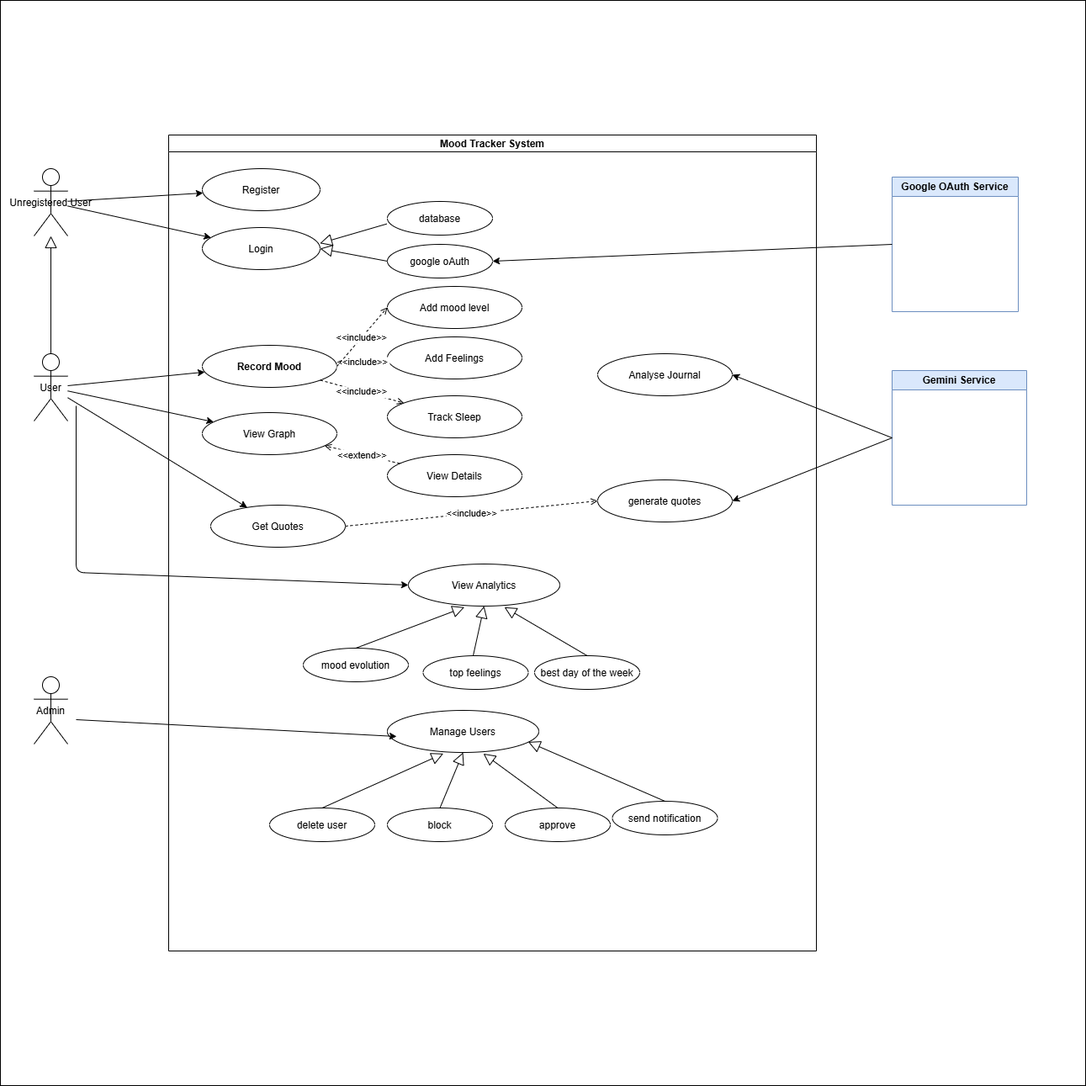
Above: Assets/conception/Mood_Tracker_use-case.png in d-anasx/Mood_Tracker (draw.io), before the change. Source tidied: cells renumbered, new cells last; positions are measured from the earlier drawing's top-left corner, leaving out a move shared by most shapes. Source of this version:
```xml
<mxGraphModel>
  <root>
    <mxCell id="0" />
    <mxCell id="1" parent="0" />
    <mxCell id="2" style="whiteSpace=wrap;html=1;" parent="1" vertex="1">
      <mxGeometry width="1290" height="1290" as="geometry" />
    </mxCell>
    <mxCell id="3" value="Mood Tracker System" style="swimlane;startSize=20;" parent="1" vertex="1">
      <mxGeometry x="200" y="160" width="770" height="970" as="geometry" />
    </mxCell>
    <mxCell id="4" value="Register" style="ellipse;" parent="3" vertex="1">
      <mxGeometry x="40" y="40" width="140" height="50" as="geometry" />
    </mxCell>
    <mxCell id="5" value="Login" style="ellipse;" parent="3" vertex="1">
      <mxGeometry x="40" y="110" width="140" height="50" as="geometry" />
    </mxCell>
    <mxCell id="6" value="Record Mood" style="ellipse;fontStyle=1;" parent="3" vertex="1">
      <mxGeometry x="40" y="250" width="160" height="50" as="geometry" />
    </mxCell>
    <mxCell id="7" value="Add Feelings" style="ellipse;" parent="3" vertex="1">
      <mxGeometry x="260" y="240" width="160" height="50" as="geometry" />
    </mxCell>
    <mxCell id="8" value="Track Sleep" style="ellipse;" parent="3" vertex="1">
      <mxGeometry x="260" y="310" width="160" height="50" as="geometry" />
    </mxCell>
    <mxCell id="9" value="View Graph" style="ellipse;" parent="3" vertex="1">
      <mxGeometry x="40" y="330" width="160" height="50" as="geometry" />
    </mxCell>
    <mxCell id="10" value="View Details" style="ellipse;" parent="3" vertex="1">
      <mxGeometry x="260" y="380" width="160" height="50" as="geometry" />
    </mxCell>
    <mxCell id="11" value="Get Quotes" style="ellipse;" parent="3" vertex="1">
      <mxGeometry x="50" y="440" width="160" height="50" as="geometry" />
    </mxCell>
    <mxCell id="12" value="Manage Users" style="ellipse;" parent="3" vertex="1">
      <mxGeometry x="260" y="684" width="180" height="50" as="geometry" />
    </mxCell>
    <mxCell id="13" value="&lt;&lt;include&gt;&gt;" style="dashed=1;endArrow=open;" parent="3" edge="1" source="6" target="7">
      <mxGeometry relative="1" as="geometry" />
    </mxCell>
    <mxCell id="14" value="&lt;&lt;include&gt;&gt;" style="dashed=1;endArrow=open;" parent="3" edge="1" source="6" target="8">
      <mxGeometry relative="1" as="geometry" />
    </mxCell>
    <mxCell id="15" value="&lt;&lt;extend&gt;&gt;" style="dashed=1;endArrow=open;" parent="3" edge="1" source="10" target="9">
      <mxGeometry x="0.01" relative="1" as="geometry" />
    </mxCell>
    <mxCell id="16" value="Add mood level" style="ellipse;" parent="3" vertex="1">
      <mxGeometry x="260" y="180" width="160" height="50" as="geometry" />
    </mxCell>
    <mxCell id="17" value="&lt;&lt;include&gt;&gt;" style="dashed=1;endArrow=open;exitX=1;exitY=0.5;exitDx=0;exitDy=0;entryX=0;entryY=0.5;entryDx=0;entryDy=0;" parent="3" edge="1" source="6" target="16">
      <mxGeometry relative="1" as="geometry" />
    </mxCell>
    <mxCell id="18" value="generate quotes" style="ellipse;" parent="3" vertex="1">
      <mxGeometry x="510" y="410" width="160" height="50" as="geometry" />
    </mxCell>
    <mxCell id="19" value="Analyse Journal" style="ellipse;" parent="3" vertex="1">
      <mxGeometry x="510" y="260" width="160" height="50" as="geometry" />
    </mxCell>
    <mxCell id="20" value="&lt;&lt;include&gt;&gt;" style="dashed=1;endArrow=open;exitX=1;exitY=0.5;exitDx=0;exitDy=0;entryX=0;entryY=0.5;entryDx=0;entryDy=0;" parent="3" edge="1" source="11" target="18">
      <mxGeometry relative="1" as="geometry" />
    </mxCell>
    <mxCell id="21" value="delete user" style="ellipse;" parent="3" vertex="1">
      <mxGeometry x="120" y="800" width="125" height="40" as="geometry" />
    </mxCell>
    <mxCell id="22" style="edgeStyle=none;html=1;endArrow=block;endFill=0;endSize=12;verticalAlign=bottom;exitX=0.5;exitY=0;exitDx=0;exitDy=0;entryX=0.37;entryY=1.027;entryDx=0;entryDy=0;entryPerimeter=0;" parent="3" edge="1" source="21" target="12">
      <mxGeometry relative="1" as="geometry" />
    </mxCell>
    <mxCell id="23" value="block" style="ellipse;" parent="3" vertex="1">
      <mxGeometry x="260" y="800" width="125" height="40" as="geometry" />
    </mxCell>
    <mxCell id="24" style="edgeStyle=none;html=1;endArrow=block;endFill=0;endSize=12;verticalAlign=bottom;exitX=0.5;exitY=0;exitDx=0;exitDy=0;entryX=0.5;entryY=1;entryDx=0;entryDy=0;" parent="3" edge="1" source="23" target="12">
      <mxGeometry relative="1" as="geometry" />
    </mxCell>
    <mxCell id="25" value="approve" style="ellipse;" parent="3" vertex="1">
      <mxGeometry x="400" y="800" width="125" height="40" as="geometry" />
    </mxCell>
    <mxCell id="26" style="edgeStyle=none;html=1;endArrow=block;endFill=0;endSize=12;verticalAlign=bottom;exitX=0.5;exitY=0;exitDx=0;exitDy=0;entryX=0.634;entryY=1.027;entryDx=0;entryDy=0;entryPerimeter=0;" parent="3" edge="1" source="25" target="12">
      <mxGeometry relative="1" as="geometry" />
    </mxCell>
    <mxCell id="27" value="View Analytics" style="ellipse;" parent="3" vertex="1">
      <mxGeometry x="285" y="510" width="180" height="50" as="geometry" />
    </mxCell>
    <mxCell id="28" value="mood evolution" style="ellipse;" parent="3" vertex="1">
      <mxGeometry x="160" y="610" width="125" height="40" as="geometry" />
    </mxCell>
    <mxCell id="29" style="edgeStyle=none;html=1;endArrow=block;endFill=0;endSize=12;verticalAlign=bottom;exitX=0.5;exitY=0;exitDx=0;exitDy=0;entryX=0.37;entryY=1.027;entryDx=0;entryDy=0;entryPerimeter=0;" parent="3" edge="1" source="28" target="27">
      <mxGeometry relative="1" as="geometry" />
    </mxCell>
    <mxCell id="30" value="top feelings" style="ellipse;" parent="3" vertex="1">
      <mxGeometry x="302.5" y="619" width="125" height="40" as="geometry" />
    </mxCell>
    <mxCell id="31" style="edgeStyle=none;html=1;endArrow=block;endFill=0;endSize=12;verticalAlign=bottom;exitX=0.5;exitY=0;exitDx=0;exitDy=0;entryX=0.5;entryY=1;entryDx=0;entryDy=0;" parent="3" edge="1" target="27">
      <mxGeometry relative="1" as="geometry">
        <mxPoint x="362" y="619" as="sourcePoint" />
      </mxGeometry>
    </mxCell>
    <mxCell id="32" value="best day of the week" style="ellipse;" parent="3" vertex="1">
      <mxGeometry x="435" y="619" width="125" height="40" as="geometry" />
    </mxCell>
    <mxCell id="33" style="edgeStyle=none;html=1;endArrow=block;endFill=0;endSize=12;verticalAlign=bottom;exitX=0.5;exitY=0;exitDx=0;exitDy=0;entryX=0.634;entryY=1.027;entryDx=0;entryDy=0;entryPerimeter=0;" parent="3" edge="1" source="32" target="27">
      <mxGeometry relative="1" as="geometry" />
    </mxCell>
    <mxCell id="34" value="google oAuth" style="ellipse;" parent="3" vertex="1">
      <mxGeometry x="260" y="130" width="125" height="40" as="geometry" />
    </mxCell>
    <mxCell id="35" style="edgeStyle=none;html=1;endArrow=block;endFill=0;endSize=12;verticalAlign=bottom;entryX=1;entryY=0.5;entryDx=0;entryDy=0;exitX=0;exitY=0.5;exitDx=0;exitDy=0;" parent="3" edge="1" source="34" target="5">
      <mxGeometry relative="1" as="geometry" />
    </mxCell>
    <mxCell id="36" value="database" style="ellipse;" parent="3" vertex="1">
      <mxGeometry x="260" y="79" width="125" height="40" as="geometry" />
    </mxCell>
    <mxCell id="37" style="edgeStyle=none;html=1;endArrow=block;endFill=0;endSize=12;verticalAlign=bottom;exitX=-0.006;exitY=0.667;exitDx=0;exitDy=0;entryX=0.999;entryY=0.376;entryDx=0;entryDy=0;entryPerimeter=0;exitPerimeter=0;" parent="3" edge="1" source="36" target="5">
      <mxGeometry relative="1" as="geometry" />
    </mxCell>
    <mxCell id="38" value="send notification" style="ellipse;" parent="3" vertex="1">
      <mxGeometry x="527.5" y="792" width="125" height="40" as="geometry" />
    </mxCell>
    <mxCell id="39" style="edgeStyle=none;html=1;endArrow=block;endFill=0;endSize=12;verticalAlign=bottom;exitX=0.5;exitY=0;exitDx=0;exitDy=0;entryX=0.93;entryY=0.749;entryDx=0;entryDy=0;entryPerimeter=0;" parent="3" edge="1" source="38" target="12">
      <mxGeometry relative="1" as="geometry" />
    </mxCell>
    <mxCell id="40" value="Unregistered User" style="shape=umlActor;" parent="1" vertex="1">
      <mxGeometry x="40" y="200" width="40" height="80" as="geometry" />
    </mxCell>
    <mxCell id="41" value="User" style="shape=umlActor;" parent="1" vertex="1">
      <mxGeometry x="40" y="420" width="40" height="80" as="geometry" />
    </mxCell>
    <mxCell id="42" value="Admin" style="shape=umlActor;" parent="1" vertex="1">
      <mxGeometry x="40" y="804" width="40" height="80" as="geometry" />
    </mxCell>
    <mxCell id="43" parent="1" edge="1" source="40" target="4">
      <mxGeometry relative="1" as="geometry" />
    </mxCell>
    <mxCell id="44" parent="1" edge="1" source="40" target="5">
      <mxGeometry relative="1" as="geometry" />
    </mxCell>
    <mxCell id="45" parent="1" edge="1" source="41" target="6">
      <mxGeometry relative="1" as="geometry" />
    </mxCell>
    <mxCell id="46" parent="1" edge="1" source="41" target="9">
      <mxGeometry relative="1" as="geometry" />
    </mxCell>
    <mxCell id="47" parent="1" edge="1" source="41" target="11">
      <mxGeometry relative="1" as="geometry" />
    </mxCell>
    <mxCell id="48" value="Gemini Service" style="swimlane;whiteSpace=wrap;html=1;startSize=23;fillColor=#dae8fc;strokeColor=#6c8ebf;" parent="1" vertex="1">
      <mxGeometry x="1060" y="440" width="160" height="160" as="geometry" />
    </mxCell>
    <mxCell id="49" parent="1" edge="1">
      <mxGeometry relative="1" as="geometry">
        <mxPoint x="90" y="855" as="sourcePoint" />
        <mxPoint x="471" y="875" as="targetPoint" />
      </mxGeometry>
    </mxCell>
    <mxCell id="50" style="exitX=0;exitY=0.5;exitDx=0;exitDy=0;entryX=1;entryY=0.5;entryDx=0;entryDy=0;" parent="1" edge="1" source="48" target="18">
      <mxGeometry relative="1" as="geometry" />
    </mxCell>
    <mxCell id="51" style="exitX=0;exitY=0.5;exitDx=0;exitDy=0;entryX=1;entryY=0.5;entryDx=0;entryDy=0;" parent="1" edge="1" source="48" target="19">
      <mxGeometry relative="1" as="geometry" />
    </mxCell>
    <mxCell id="52" value="Google OAuth Service" style="swimlane;whiteSpace=wrap;html=1;startSize=23;fillColor=#dae8fc;strokeColor=#6c8ebf;" parent="1" vertex="1">
      <mxGeometry x="1060" y="210" width="150" height="160" as="geometry" />
    </mxCell>
    <mxCell id="53" style="exitX=0;exitY=0.5;exitDx=0;exitDy=0;entryX=1;entryY=0.5;entryDx=0;entryDy=0;" parent="1" edge="1" source="52" target="34">
      <mxGeometry relative="1" as="geometry" />
    </mxCell>
    <mxCell id="54" style="edgeStyle=none;html=1;endArrow=block;endFill=0;endSize=12;verticalAlign=bottom;" parent="1" edge="1">
      <mxGeometry relative="1" as="geometry">
        <mxPoint x="60" y="420" as="sourcePoint" />
        <mxPoint x="60" y="280" as="targetPoint" />
      </mxGeometry>
    </mxCell>
    <mxCell id="55" style="entryX=0;entryY=0.5;entryDx=0;entryDy=0;" parent="1" edge="1" target="27">
      <mxGeometry relative="1" as="geometry">
        <mxPoint x="90" y="482" as="sourcePoint" />
        <Array as="points">
          <mxPoint x="90" y="680" />
        </Array>
      </mxGeometry>
    </mxCell>
  </root>
</mxGraphModel>
```
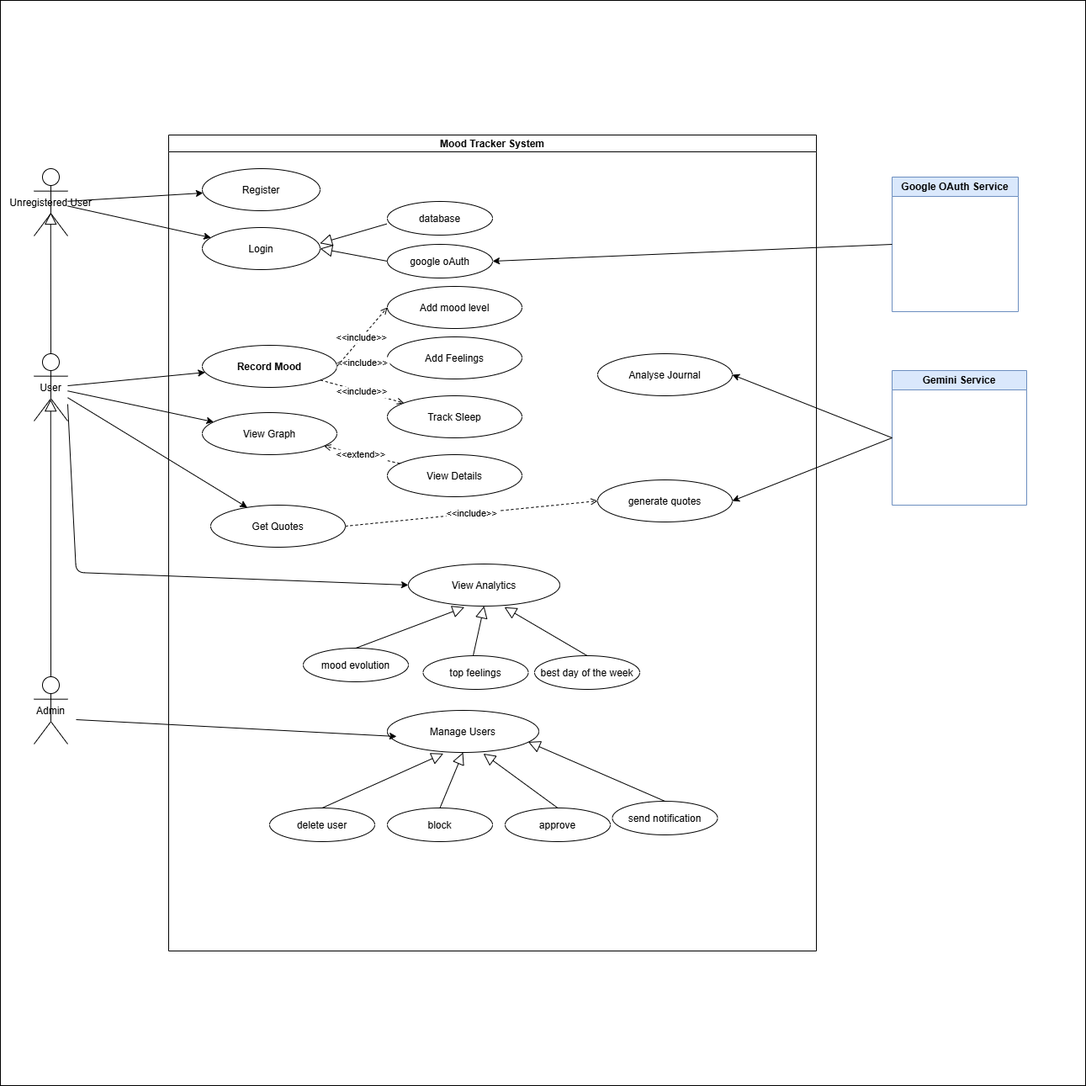
The same file after the commit.

Commit message:
Update use case diagram and mood tracker images for improved clarity and accuracy

Diff of the diagram source:
```diff
@@ -163,19 +163,21 @@
     <mxCell id="53" style="exitX=0;exitY=0.5;exitDx=0;exitDy=0;entryX=1;entryY=0.5;entryDx=0;entryDy=0;" parent="1" edge="1" source="52" target="34">
       <mxGeometry relative="1" as="geometry" />
     </mxCell>
-    <mxCell id="54" style="edgeStyle=none;html=1;endArrow=block;endFill=0;endSize=12;verticalAlign=bottom;" parent="1" edge="1">
+    <mxCell id="54" style="edgeStyle=none;html=1;endArrow=block;endFill=0;endSize=12;verticalAlign=bottom;entryX=0.494;entryY=0.65;entryDx=0;entryDy=0;entryPerimeter=0;" parent="1" edge="1" target="40">
       <mxGeometry relative="1" as="geometry">
         <mxPoint x="60" y="420" as="sourcePoint" />
-        <mxPoint x="60" y="280" as="targetPoint" />
       </mxGeometry>
     </mxCell>
     <mxCell id="55" style="entryX=0;entryY=0.5;entryDx=0;entryDy=0;" parent="1" edge="1" target="27">
       <mxGeometry relative="1" as="geometry">
-        <mxPoint x="90" y="482" as="sourcePoint" />
+        <mxPoint x="80" y="480" as="sourcePoint" />
         <Array as="points">
           <mxPoint x="90" y="680" />
         </Array>
       </mxGeometry>
     </mxCell>
+    <mxCell id="56" style="edgeStyle=none;html=1;endArrow=block;endFill=0;endSize=12;verticalAlign=bottom;exitX=0.5;exitY=0;exitDx=0;exitDy=0;exitPerimeter=0;entryX=0.494;entryY=0.677;entryDx=0;entryDy=0;entryPerimeter=0;" parent="1" edge="1" source="42" target="41">
+      <mxGeometry relative="1" as="geometry" />
+    </mxCell>
   </root>
 </mxGraphModel>
```
